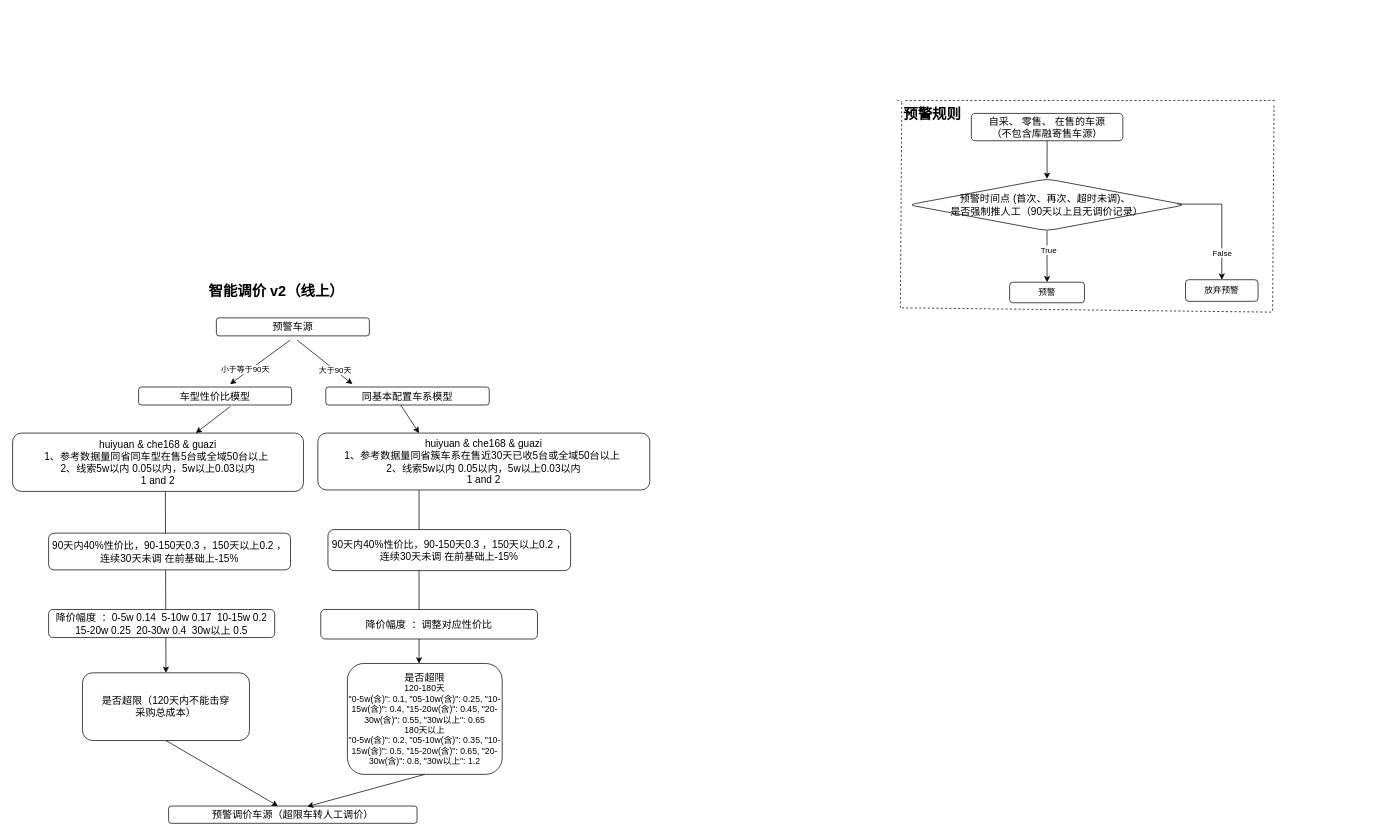
Earlier version of the draw.io diagram 1202调价流程图.drawio (mrlonely001/gittest). Source tidied: cells renumbered, new cells numbered last; positions are measured from the earlier drawing's top-left corner, leaving out a move shared by most shapes. Both pictures are drawn from the tidied source at 72%, with x=0, y=0 at pixel (12, 83).
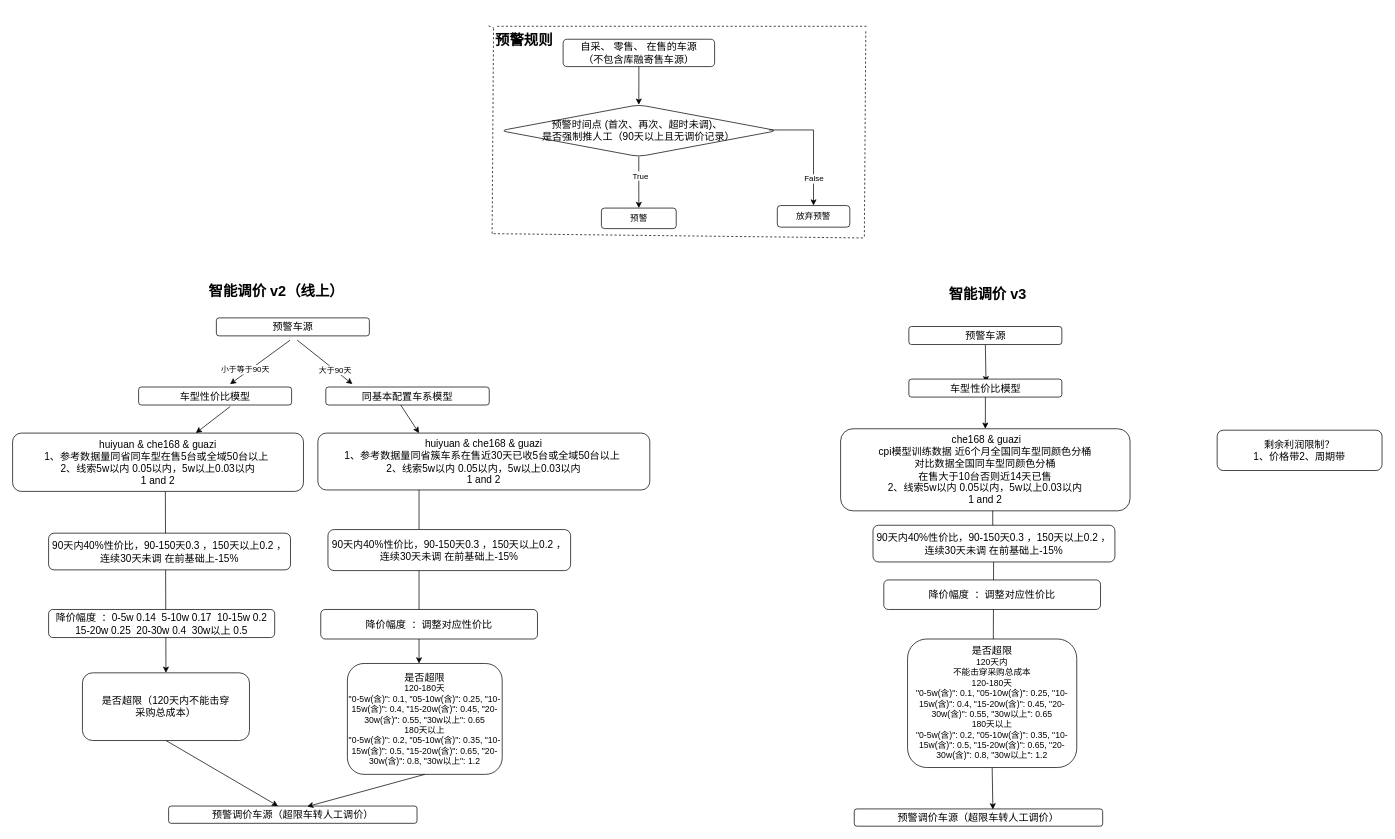
The same diagram, later.

The edit, as a diff of the source:
```diff
@@
     <mxCell id="21" style="group;" parent="1" vertex="1">
-      <mxGeometry x="908" width="844" height="318" as="geometry" />
+      <mxGeometry x="593" y="-95" width="844" height="318" as="geometry" />
     </mxCell>
     <mxCell id="22" style="group;" parent="21" vertex="1">
-      <mxGeometry x="324" y="24" width="520" height="294" as="geometry" />
+      <mxGeometry x="72" y="16" width="520" height="294" as="geometry" />
     </mxCell>
@@
+    <mxCell id="43" style="endArrow=classic;html=1;rounded=0;exitX=0.5;exitY=1;exitDx=0;exitDy=0;" parent="1" edge="1" source="44">
+      <mxGeometry relative="1" as="geometry">
+        <mxPoint x="1352" y="415.5" as="targetPoint" />
+      </mxGeometry>
+    </mxCell>
+    <mxCell id="44" value="&lt;font style=&quot;font-size: 14px;&quot;&gt;预警车源&lt;/font&gt;" style="rounded=1;whiteSpace=wrap;html=1;" parent="1" vertex="1">
+      <mxGeometry x="1244.8" y="338" width="212.5" height="25" as="geometry" />
+    </mxCell>
+    <mxCell id="45" value="&lt;h1&gt;&lt;font color=&quot;#000000&quot;&gt;&lt;span style=&quot;font-size: 20px;&quot;&gt;智能调价 v3&lt;/span&gt;&lt;/font&gt;&lt;/h1&gt;" style="text;html=1;align=center;verticalAlign=middle;strokeColor=none;fillColor=none;fontColor=#FF0000;" parent="1" vertex="1">
+      <mxGeometry x="1290.8" y="255" width="126" height="73" as="geometry" />
+    </mxCell>
+    <mxCell id="46" style="edgeStyle=orthogonalEdgeStyle;rounded=0;jettySize=auto;html=1;" parent="1" edge="1" source="47" target="49">
+      <mxGeometry relative="1" as="geometry" />
+    </mxCell>
+    <mxCell id="47" value="&lt;font style=&quot;font-size: 14px;&quot;&gt;车型性价比模型&lt;/font&gt;" style="rounded=1;whiteSpace=wrap;html=1;" parent="1" vertex="1">
+      <mxGeometry x="1244.8" y="411" width="212.5" height="25" as="geometry" />
+    </mxCell>
+    <mxCell id="48" style="edgeStyle=orthogonalEdgeStyle;rounded=0;orthogonalLoop=1;jettySize=auto;html=1;fontSize=18;entryX=0.5;entryY=0;entryDx=0;entryDy=0;" parent="1" edge="1">
+      <mxGeometry relative="1" as="geometry">
+        <mxPoint x="1361" y="505" as="sourcePoint" />
+        <mxPoint x="1362" y="813" as="targetPoint" />
+      </mxGeometry>
+    </mxCell>
+    <mxCell id="49" value="&lt;font style=&quot;&quot;&gt;&lt;font style=&quot;font-size: 14px;&quot;&gt;&amp;nbsp;che168 &amp;amp; guazi&lt;br&gt;cpi模型训练数据 近6个月全国同车型同颜色分桶&lt;br&gt;对比数据全国同车型同颜色分桶&lt;br&gt;在售大于10台否则近14天已售&lt;br&gt;2、线索5w以内 0.05以内，5w以上0.03以内&lt;br&gt;1 and 2&lt;/font&gt;&lt;br&gt;&lt;/font&gt;" style="rounded=1;whiteSpace=wrap;html=1;" parent="1" vertex="1">
+      <mxGeometry x="1150" y="480" width="402" height="114" as="geometry" />
+    </mxCell>
+    <mxCell id="50" value="&lt;font style=&quot;font-size: 14px;&quot;&gt;90天内40%性价比，90-150天0.3 ，150天以上0.2 ， 连续30天未调 在前基础上-15%&lt;/font&gt;" style="rounded=1;whiteSpace=wrap;html=1;" parent="1" vertex="1">
+      <mxGeometry x="1195" y="614" width="336" height="51" as="geometry" />
+    </mxCell>
+    <mxCell id="51" value="&lt;font style=&quot;&quot;&gt;&lt;span style=&quot;font-size: 14px;&quot;&gt;是否超限&lt;/span&gt;&lt;br&gt;&lt;font style=&quot;font-size: 12px;&quot;&gt;120天内&lt;br&gt;不能击穿采购总成本&lt;/font&gt;&lt;br&gt;&lt;/font&gt;120-180天&lt;br&gt;&lt;font style=&quot;font-size: 12px;&quot;&gt;&quot;0-5w(含)&quot;: 0.1, &quot;05-10w(含)&quot;: 0.25, &quot;10-15w(含)&quot;: 0.4, &quot;15-20w(含)&quot;: 0.45, &quot;20-30w(含)&quot;: 0.55, &quot;30w以上&quot;: 0.65&lt;/font&gt;&lt;br&gt;180天以上&lt;br&gt;&quot;0-5w(含)&quot;: 0.2, &quot;05-10w(含)&quot;: 0.35, &quot;10-15w(含)&quot;: 0.5, &quot;15-20w(含)&quot;: 0.65, &quot;20-30w(含)&quot;: 0.8, &quot;30w以上&quot;: 1.2" style="rounded=1;whiteSpace=wrap;html=1;" parent="1" vertex="1">
+      <mxGeometry x="1243" y="772" width="235" height="178.5" as="geometry" />
+    </mxCell>
+    <mxCell id="52" value="&lt;font style=&quot;font-size: 14px;&quot;&gt;预警调价车源（超限车转人工调价）&lt;/font&gt;" style="rounded=1;whiteSpace=wrap;html=1;" parent="1" vertex="1">
+      <mxGeometry x="1169" y="1008" width="345" height="24" as="geometry" />
+    </mxCell>
+    <mxCell id="53" style="endArrow=classic;html=1;rounded=0;entryX=0.558;entryY=0.03;entryDx=0;entryDy=0;entryPerimeter=0;exitX=0.5;exitY=1;exitDx=0;exitDy=0;" parent="1" edge="1" source="51" target="52">
+      <mxGeometry relative="1" as="geometry" />
+    </mxCell>
+    <mxCell id="54" value="&lt;font style=&quot;font-size: 14px;&quot;&gt;降价幅度&amp;nbsp; ：调整对应性价比&lt;/font&gt;" style="rounded=1;whiteSpace=wrap;html=1;" parent="1" vertex="1">
+      <mxGeometry x="1210" y="690" width="301" height="41" as="geometry" />
+    </mxCell>
+    <mxCell id="55" value="&lt;span style=&quot;font-size: 14px;&quot;&gt;剩余利润限制？&lt;br&gt;1、价格带2、周期带&lt;br&gt;&lt;/span&gt;" style="rounded=1;whiteSpace=wrap;html=1;" parent="1" vertex="1">
+      <mxGeometry x="1673" y="482" width="229" height="56" as="geometry" />
+    </mxCell>
```
